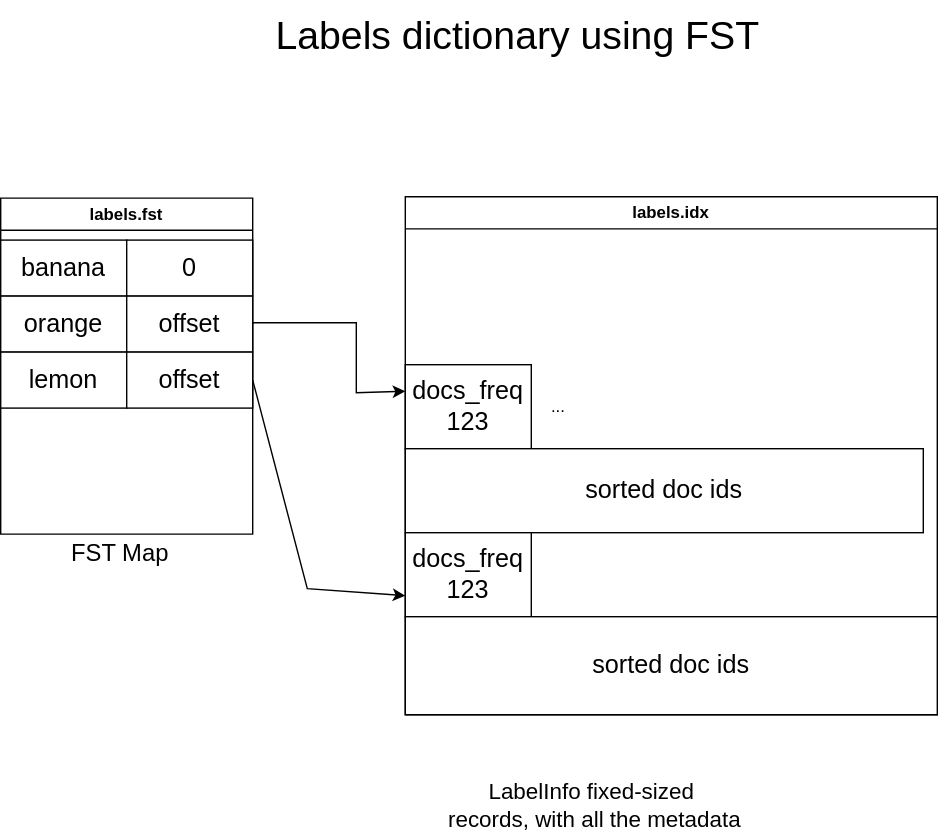
Before: labels.drawio.svg, a diagram exported from draw.io (tarekziade/labels). Source tidied: cells renumbered, new cells last; positions are measured from the earlier drawing's top-left corner, leaving out a move shared by most shapes.
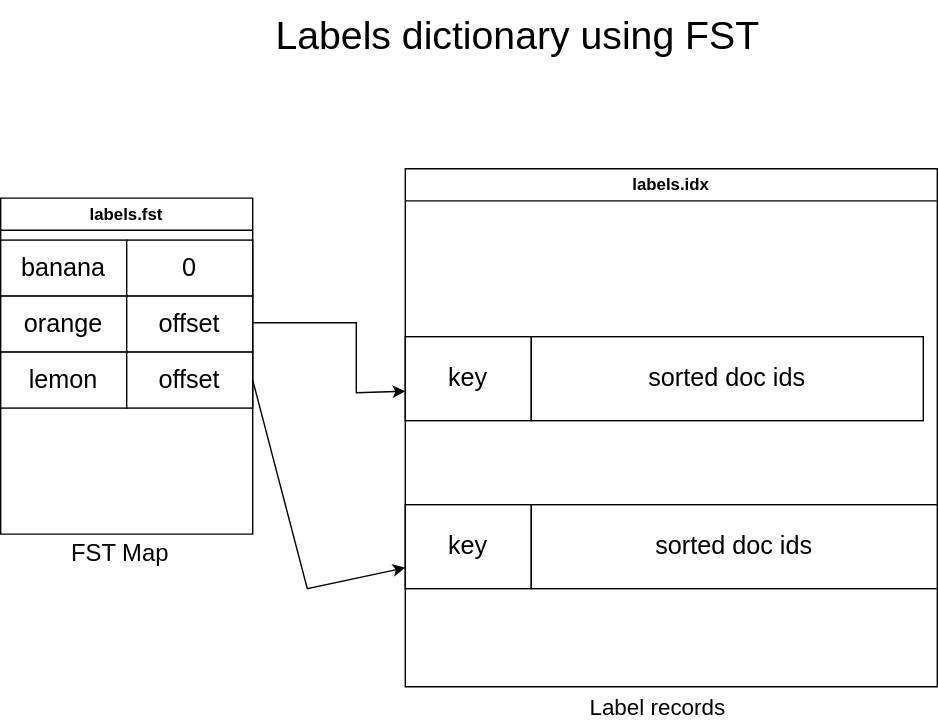
Later version of the same file.

Diff of the diagram source:
```diff
@@ -24,22 +24,19 @@
       <mxGeometry x="90" y="110" width="90" height="40" as="geometry" />
     </mxCell>
     <mxCell id="9" value="labels.idx" style="swimlane;whiteSpace=wrap;html=1;" parent="1" vertex="1">
-      <mxGeometry x="289" y="140" width="380" height="370" as="geometry" />
+      <mxGeometry x="289" y="120" width="380" height="370" as="geometry" />
     </mxCell>
-    <mxCell id="10" value="&lt;div&gt;docs_freq&lt;/div&gt;&lt;div&gt;123&lt;br&gt;&lt;/div&gt;" style="rounded=0;whiteSpace=wrap;html=1;fontSize=18;align=center;" parent="9" vertex="1">
+    <mxCell id="10" value="key" style="rounded=0;whiteSpace=wrap;html=1;fontSize=18;align=center;" parent="9" vertex="1">
       <mxGeometry y="120" width="90" height="60" as="geometry" />
     </mxCell>
     <mxCell id="11" value="sorted doc ids" style="rounded=0;whiteSpace=wrap;html=1;fontSize=18;align=center;" parent="9" vertex="1">
-      <mxGeometry y="180" width="370" height="60" as="geometry" />
+      <mxGeometry x="90" y="120" width="280" height="60" as="geometry" />
     </mxCell>
-    <mxCell id="12" value="..." style="text;html=1;align=center;verticalAlign=middle;strokeColor=none;fillColor=none;" parent="9" vertex="1">
-      <mxGeometry x="94" y="135" width="30" height="30" as="geometry" />
-    </mxCell>
-    <mxCell id="13" value="&lt;div&gt;docs_freq&lt;/div&gt;&lt;div&gt;123&lt;br&gt;&lt;/div&gt;" style="rounded=0;whiteSpace=wrap;html=1;fontSize=18;align=center;" parent="9" vertex="1">
+    <mxCell id="13" value="key" style="rounded=0;whiteSpace=wrap;html=1;fontSize=18;align=center;" parent="9" vertex="1">
       <mxGeometry y="240" width="90" height="60" as="geometry" />
     </mxCell>
     <mxCell id="14" value="sorted doc ids" style="rounded=0;whiteSpace=wrap;html=1;fontSize=18;align=center;" parent="9" vertex="1">
-      <mxGeometry y="300" width="380" height="70" as="geometry" />
+      <mxGeometry x="90" y="240" width="290" height="60" as="geometry" />
     </mxCell>
     <mxCell id="15" style="edgeStyle=orthogonalEdgeStyle;rounded=0;jettySize=auto;html=1;exitX=1;exitY=0.5;exitDx=0;exitDy=0;entryX=0.933;entryY=-0.025;entryDx=0;entryDy=0;entryPerimeter=0;" parent="1" edge="1" source="6">
       <mxGeometry relative="1" as="geometry">
@@ -54,8 +51,8 @@
     <mxCell id="16" value="&lt;font style=&quot;font-size: 17px;&quot;&gt;FST Map&lt;/font&gt;" style="text;html=1;align=center;verticalAlign=middle;strokeColor=none;fillColor=none;" parent="1" vertex="1">
       <mxGeometry x="40" y="381" width="90" height="30" as="geometry" />
     </mxCell>
-    <mxCell id="17" value="&lt;div&gt;&lt;font style=&quot;font-size: 16px;&quot;&gt;LabelInfo fixed-sized&amp;nbsp;&lt;/font&gt;&lt;/div&gt;&lt;div&gt;&lt;font style=&quot;font-size: 16px;&quot;&gt;records, with all the metadata&lt;/font&gt; &lt;/div&gt;" style="text;html=1;align=center;verticalAlign=middle;strokeColor=none;fillColor=none;" parent="1" vertex="1">
-      <mxGeometry x="309" y="550" width="230" height="50" as="geometry" />
+    <mxCell id="17" value="&lt;div&gt;&lt;font style=&quot;font-size: 16px;&quot;&gt;Label records&lt;/font&gt; &lt;/div&gt;" style="text;html=1;align=center;verticalAlign=middle;strokeColor=none;fillColor=none;" parent="1" vertex="1">
+      <mxGeometry x="409" y="490" width="120" height="30" as="geometry" />
     </mxCell>
     <mxCell id="18" value="&lt;font style=&quot;font-size: 28px;&quot;&gt;Labels dictionary using FST&lt;/font&gt;" style="text;html=1;align=center;verticalAlign=middle;strokeColor=none;fillColor=none;fontSize=28;" parent="1" vertex="1">
       <mxGeometry x="184" width="370" height="50" as="geometry" />
```
